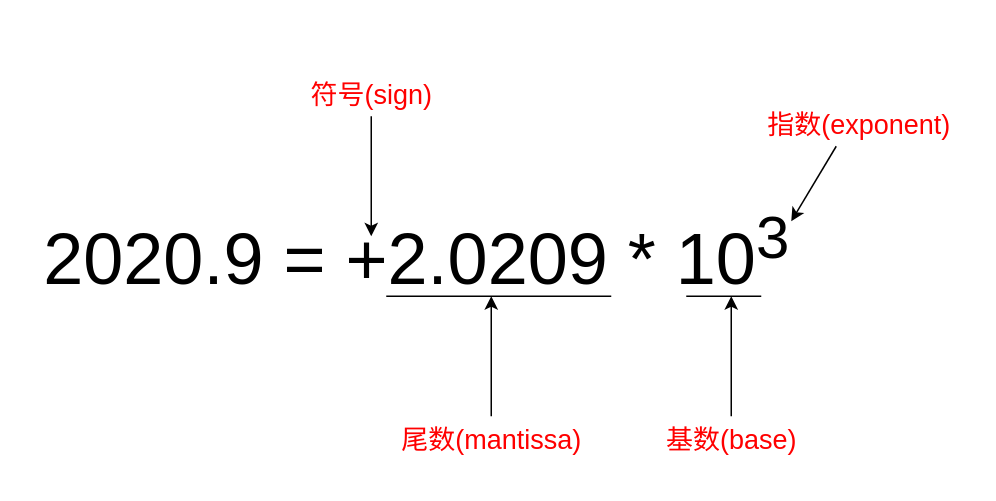
This is page "Page-1" (1 of 2) of directory structure of svp.drawio from frank-dc/drawpics, a draw.io file, before an edit. Source tidied: cells renumbered, new cells numbered last; positions are measured from the earlier drawing's top-left corner, leaving out a move shared by most shapes. Both pictures are drawn from the tidied source at 150%, with x=0, y=0 at pixel (26, 26).
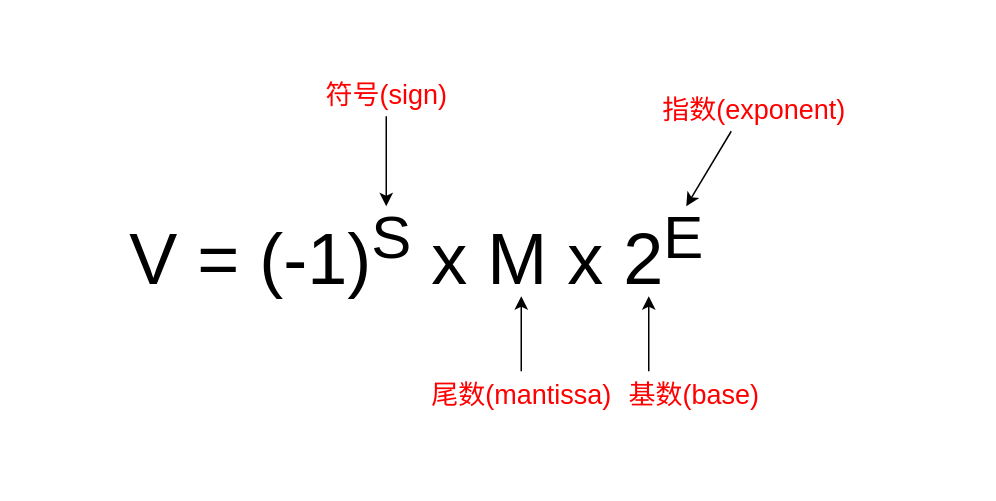
After the change.

What changed in the source:
```diff
@@
 <mxGraphModel>
   <root>
     <mxCell id="0" />
     <mxCell id="1" parent="0" />
-    <mxCell id="2" value="&lt;font style=&quot;font-size: 48px;&quot;&gt;2020.9 = +2.0209 * 10&lt;sup style=&quot;&quot;&gt;3&lt;/sup&gt;&lt;/font&gt;" style="text;html=1;align=center;verticalAlign=middle;fillColor=none;strokeColor=none;rounded=0;" parent="1" vertex="1">
-      <mxGeometry y="110" width="520" height="80" as="geometry" />
+    <mxCell id="2" value="&lt;font style=&quot;font-size: 48px;&quot;&gt;V = (-1)&lt;sup&gt;S&lt;/sup&gt; x M x 2&lt;sup&gt;E&lt;/sup&gt;&lt;/font&gt;" style="text;html=1;align=center;verticalAlign=middle;fillColor=none;strokeColor=none;rounded=0;" parent="1" vertex="1">
+      <mxGeometry x="55" y="110" width="410" height="80" as="geometry" />
     </mxCell>
     <mxCell id="3" style="endArrow=classic;html=1;rounded=0;fontSize=48;" parent="1" edge="1">
       <mxGeometry relative="1" as="geometry">
-        <mxPoint x="230" y="60" as="sourcePoint" />
-        <mxPoint x="230" y="140" as="targetPoint" />
+        <mxPoint x="240" y="60" as="sourcePoint" />
+        <mxPoint x="240" y="120" as="targetPoint" />
       </mxGeometry>
     </mxCell>
-    <mxCell id="4" style="endArrow=classic;html=1;rounded=0;fontSize=48;" parent="1" edge="1">
-      <mxGeometry relative="1" as="geometry">
-        <mxPoint x="310" y="260" as="sourcePoint" />
-        <mxPoint x="310" y="180" as="targetPoint" />
-      </mxGeometry>
-    </mxCell>
-    <mxCell id="5" style="endArrow=none;html=1;rounded=0;fontSize=48;" parent="1" edge="1">
-      <mxGeometry relative="1" as="geometry">
-        <mxPoint x="240" y="180" as="sourcePoint" />
-        <mxPoint x="390" y="180" as="targetPoint" />
-      </mxGeometry>
-    </mxCell>
-    <mxCell id="6" style="endArrow=none;html=1;rounded=0;fontSize=48;" parent="1" edge="1">
-      <mxGeometry relative="1" as="geometry">
-        <mxPoint x="440" y="180" as="sourcePoint" />
-        <mxPoint x="490" y="180" as="targetPoint" />
-      </mxGeometry>
-    </mxCell>
-    <mxCell id="7" style="endArrow=classic;html=1;rounded=0;fontSize=48;" parent="1" edge="1">
-      <mxGeometry relative="1" as="geometry">
-        <mxPoint x="470" y="260" as="sourcePoint" />
-        <mxPoint x="470" y="180" as="targetPoint" />
-      </mxGeometry>
-    </mxCell>
     <mxCell id="8" style="endArrow=classic;html=1;rounded=0;fontSize=48;" parent="1" edge="1">
       <mxGeometry relative="1" as="geometry">
-        <mxPoint x="540" y="80" as="sourcePoint" />
-        <mxPoint x="510" y="130" as="targetPoint" />
+        <mxPoint x="470" y="70" as="sourcePoint" />
+        <mxPoint x="440" y="120" as="targetPoint" />
       </mxGeometry>
     </mxCell>
     <mxCell id="9" value="&lt;font color=&quot;#ff0000&quot; style=&quot;font-size: 18px;&quot;&gt;符号(sign)&lt;/font&gt;" style="text;html=1;align=center;verticalAlign=middle;fillColor=none;strokeColor=none;rounded=0;fontSize=48;" parent="1" vertex="1">
-      <mxGeometry x="180" width="100" height="70" as="geometry" />
+      <mxGeometry x="190" width="100" height="70" as="geometry" />
     </mxCell>
     <mxCell id="10" value="&lt;font color=&quot;#ff0000&quot; style=&quot;font-size: 18px;&quot;&gt;尾数(mantissa)&lt;/font&gt;" style="text;html=1;align=center;verticalAlign=middle;fillColor=none;strokeColor=none;rounded=0;fontSize=48;" parent="1" vertex="1">
-      <mxGeometry x="240" y="230" width="140" height="70" as="geometry" />
+      <mxGeometry x="260" y="200" width="140" height="70" as="geometry" />
     </mxCell>
     <mxCell id="11" value="&lt;font color=&quot;#ff0000&quot; style=&quot;font-size: 18px;&quot;&gt;基数(base)&lt;/font&gt;" style="text;html=1;align=center;verticalAlign=middle;fillColor=none;strokeColor=none;rounded=0;fontSize=48;" parent="1" vertex="1">
-      <mxGeometry x="415" y="230" width="110" height="70" as="geometry" />
+      <mxGeometry x="390" y="200" width="110" height="70" as="geometry" />
     </mxCell>
     <mxCell id="12" value="&lt;font color=&quot;#ff0000&quot; style=&quot;font-size: 18px;&quot;&gt;指数(exponent)&lt;/font&gt;" style="text;html=1;align=center;verticalAlign=middle;fillColor=none;strokeColor=none;rounded=0;fontSize=48;" parent="1" vertex="1">
-      <mxGeometry x="480" y="20" width="150" height="70" as="geometry" />
+      <mxGeometry x="410" y="10" width="150" height="70" as="geometry" />
     </mxCell>
+    <mxCell id="13" style="endArrow=classic;html=1;rounded=0;fontSize=48;" parent="1" edge="1">
+      <mxGeometry relative="1" as="geometry">
+        <mxPoint x="330" y="230" as="sourcePoint" />
+        <mxPoint x="330" y="180" as="targetPoint" />
+      </mxGeometry>
+    </mxCell>
+    <mxCell id="14" style="endArrow=classic;html=1;rounded=0;fontSize=48;" parent="1" edge="1">
+      <mxGeometry relative="1" as="geometry">
+        <mxPoint x="415" y="230" as="sourcePoint" />
+        <mxPoint x="415" y="180" as="targetPoint" />
+      </mxGeometry>
+    </mxCell>
   </root>
 </mxGraphModel>
```
